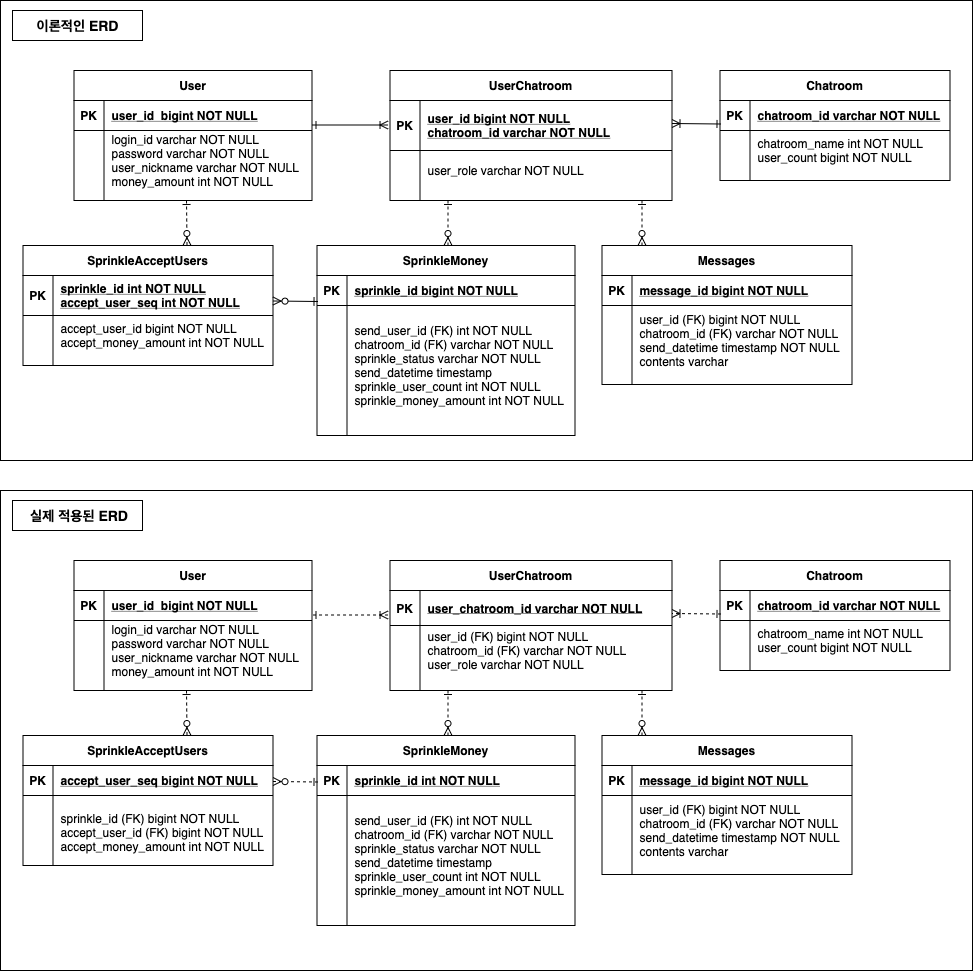
Before: img/kakaopay-sprinkemoney-ERD.png, a diagram exported from draw.io (incheol77/kakaopay-sprinklingmoney). Source tidied: cells renumbered, new cells last; positions are measured from the earlier drawing's top-left corner, leaving out a move shared by most shapes.
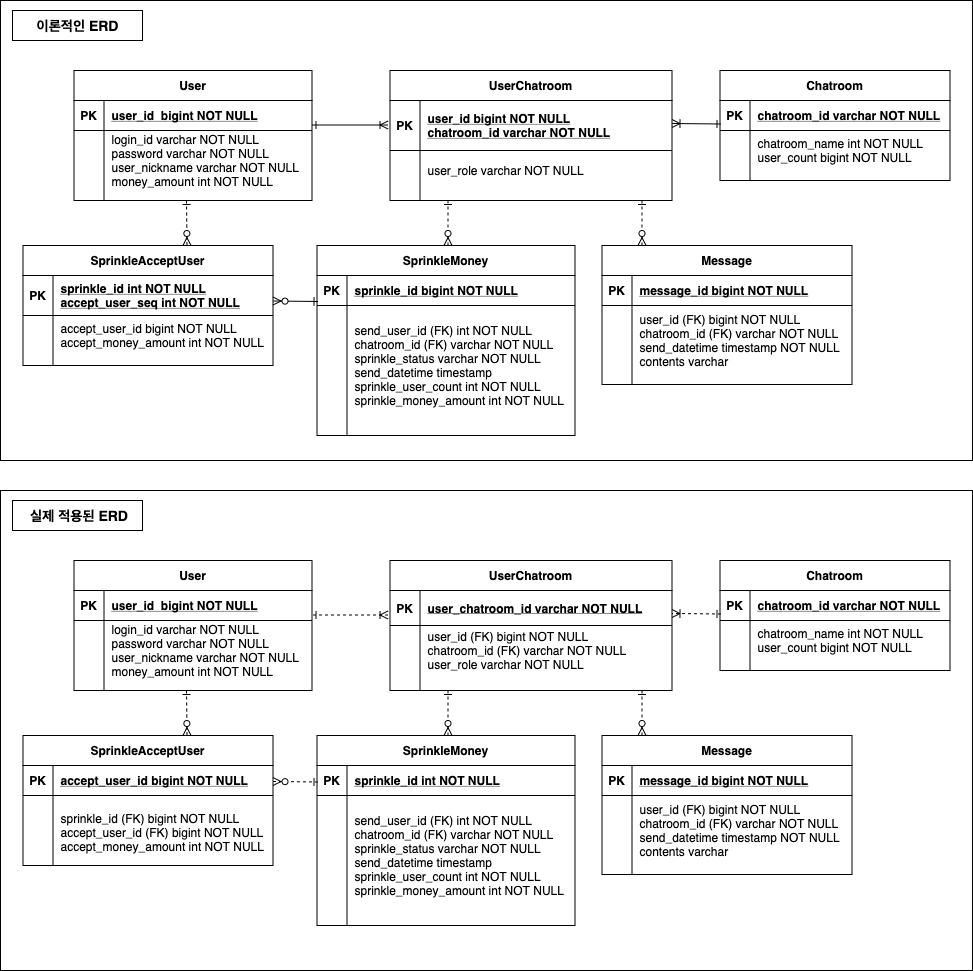
The same diagram one commit later.

Commit message:
docs : README.md 의 ERD 상의 엔티티명 수정

- 복수형으로 된 엔티티명을 단수형으로 변경

What changed in the source:
```diff
@@ -107,7 +107,7 @@
         <mxPoint x="671.5" y="123" as="targetPoint" />
       </mxGeometry>
     </mxCell>
-    <mxCell id="34" value="Messages" style="shape=table;startSize=30;rowLines=0;fontStyle=1;align=center;" parent="1" vertex="1">
+    <mxCell id="34" value="Message" style="shape=table;startSize=30;rowLines=0;fontStyle=1;align=center;" parent="1" vertex="1">
       <mxGeometry x="601.5" y="245" width="250" height="139" as="geometry" />
     </mxCell>
     <mxCell id="35" style="shape=partialRectangle;fillColor=none;top=0;left=0;right=0;bottom=1;" parent="34" vertex="1">
@@ -128,7 +128,7 @@
     <mxCell id="40" value="user_id (FK) bigint NOT NULL&#10;chatroom_id (FK) varchar NOT NULL&#10;send_datetime timestamp NOT NULL&#10;contents varchar" style="shape=partialRectangle;overflow=hidden;fillColor=none;top=0;left=0;bottom=0;right=0;align=left;spacingLeft=6;" parent="38" vertex="1">
       <mxGeometry x="30" width="220" height="69" as="geometry" />
     </mxCell>
-    <mxCell id="41" value="SprinkleAcceptUsers" style="shape=table;startSize=30;rowLines=0;fontStyle=1;align=center;" parent="1" vertex="1">
+    <mxCell id="41" value="SprinkleAcceptUser" style="shape=table;startSize=30;rowLines=0;fontStyle=1;align=center;" parent="1" vertex="1">
       <mxGeometry x="22.5" y="245" width="250" height="120" as="geometry" />
     </mxCell>
     <mxCell id="42" style="shape=partialRectangle;fillColor=none;top=0;left=0;right=0;bottom=1;" parent="41" vertex="1">
@@ -272,7 +272,7 @@
         <mxPoint x="671.5" y="613" as="targetPoint" />
       </mxGeometry>
     </mxCell>
-    <mxCell id="83" value="Messages" style="shape=table;startSize=30;rowLines=0;fontStyle=1;align=center;" parent="1" vertex="1">
+    <mxCell id="83" value="Message" style="shape=table;startSize=30;rowLines=0;fontStyle=1;align=center;" parent="1" vertex="1">
       <mxGeometry x="601.5" y="735" width="250" height="139" as="geometry" />
     </mxCell>
     <mxCell id="84" style="shape=partialRectangle;fillColor=none;top=0;left=0;right=0;bottom=1;" parent="83" vertex="1">
@@ -293,7 +293,7 @@
     <mxCell id="89" value="user_id (FK) bigint NOT NULL&#10;chatroom_id (FK) varchar NOT NULL&#10;send_datetime timestamp NOT NULL&#10;contents varchar" style="shape=partialRectangle;overflow=hidden;fillColor=none;top=0;left=0;bottom=0;right=0;align=left;spacingLeft=6;" parent="87" vertex="1">
       <mxGeometry x="30" width="220" height="69" as="geometry" />
     </mxCell>
-    <mxCell id="90" value="SprinkleAcceptUsers" style="shape=table;startSize=30;rowLines=0;fontStyle=1;align=center;" parent="1" vertex="1">
+    <mxCell id="90" value="SprinkleAcceptUser" style="shape=table;startSize=30;rowLines=0;fontStyle=1;align=center;" parent="1" vertex="1">
       <mxGeometry x="22.5" y="735" width="250" height="130" as="geometry" />
     </mxCell>
     <mxCell id="91" style="shape=partialRectangle;fillColor=none;top=0;left=0;right=0;bottom=1;" parent="90" vertex="1">
@@ -302,7 +302,7 @@
     <mxCell id="92" value="PK" style="shape=partialRectangle;overflow=hidden;fillColor=none;top=0;left=0;bottom=0;right=0;fontStyle=1;" parent="91" vertex="1">
       <mxGeometry width="30" height="30" as="geometry" />
     </mxCell>
-    <mxCell id="93" value="accept_user_seq bigint NOT NULL" style="shape=partialRectangle;overflow=hidden;fillColor=none;top=0;left=0;bottom=0;right=0;align=left;spacingLeft=6;fontStyle=5;" parent="91" vertex="1">
+    <mxCell id="93" value="accept_user_id bigint NOT NULL" style="shape=partialRectangle;overflow=hidden;fillColor=none;top=0;left=0;bottom=0;right=0;align=left;spacingLeft=6;fontStyle=5;" parent="91" vertex="1">
       <mxGeometry x="30" width="220" height="30" as="geometry" />
     </mxCell>
     <mxCell id="94" style="shape=partialRectangle;fillColor=none;top=0;left=0;right=0;bottom=0;" parent="90" vertex="1">
```
